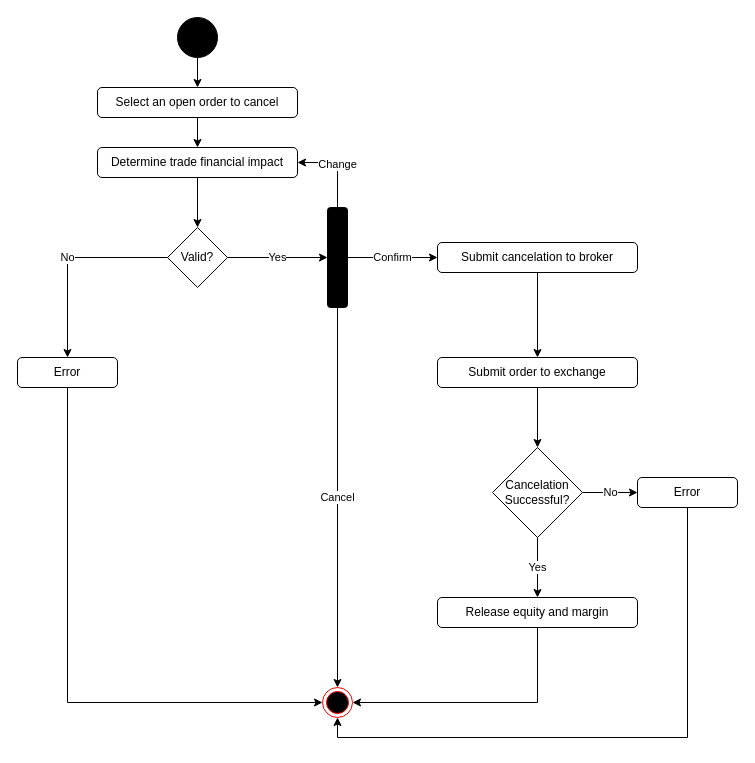
dgboulger/SpoofTraderMarket keeps this draw.io diagram as UC8:CancelOrder.drawio. Above is the earlier version. Source tidied: cells renumbered, new cells numbered last; positions are measured from the earlier drawing's top-left corner, leaving out a move shared by most shapes. Both pictures are drawn from the tidied source at 100%, with x=0, y=0 at pixel (17, 17).
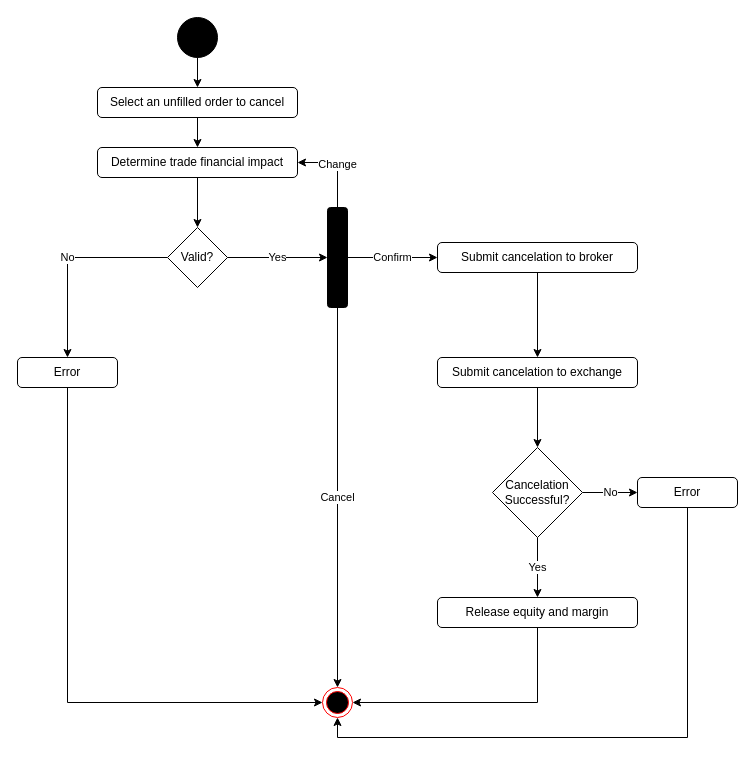
The same page after the edit.

What changed in the source:
```diff
@@
-    <mxCell id="5" value="Select an open order to cancel" style="rounded=1;whiteSpace=wrap;html=1;fillColor=#FFFFFF;" parent="1" vertex="1">
+    <mxCell id="5" value="Select an unfilled order to cancel" style="rounded=1;whiteSpace=wrap;html=1;fillColor=#FFFFFF;" parent="1" vertex="1">
       <mxGeometry x="80" y="70" width="200" height="30" as="geometry" />
     </mxCell>
@@
-    <mxCell id="17" value="Submit order to exchange" style="rounded=1;whiteSpace=wrap;html=1;fillColor=#FFFFFF;" parent="1" vertex="1">
+    <mxCell id="17" value="Submit cancelation to exchange" style="rounded=1;whiteSpace=wrap;html=1;fillColor=#FFFFFF;" parent="1" vertex="1">
       <mxGeometry x="420" y="340" width="200" height="30" as="geometry" />
     </mxCell>
```
